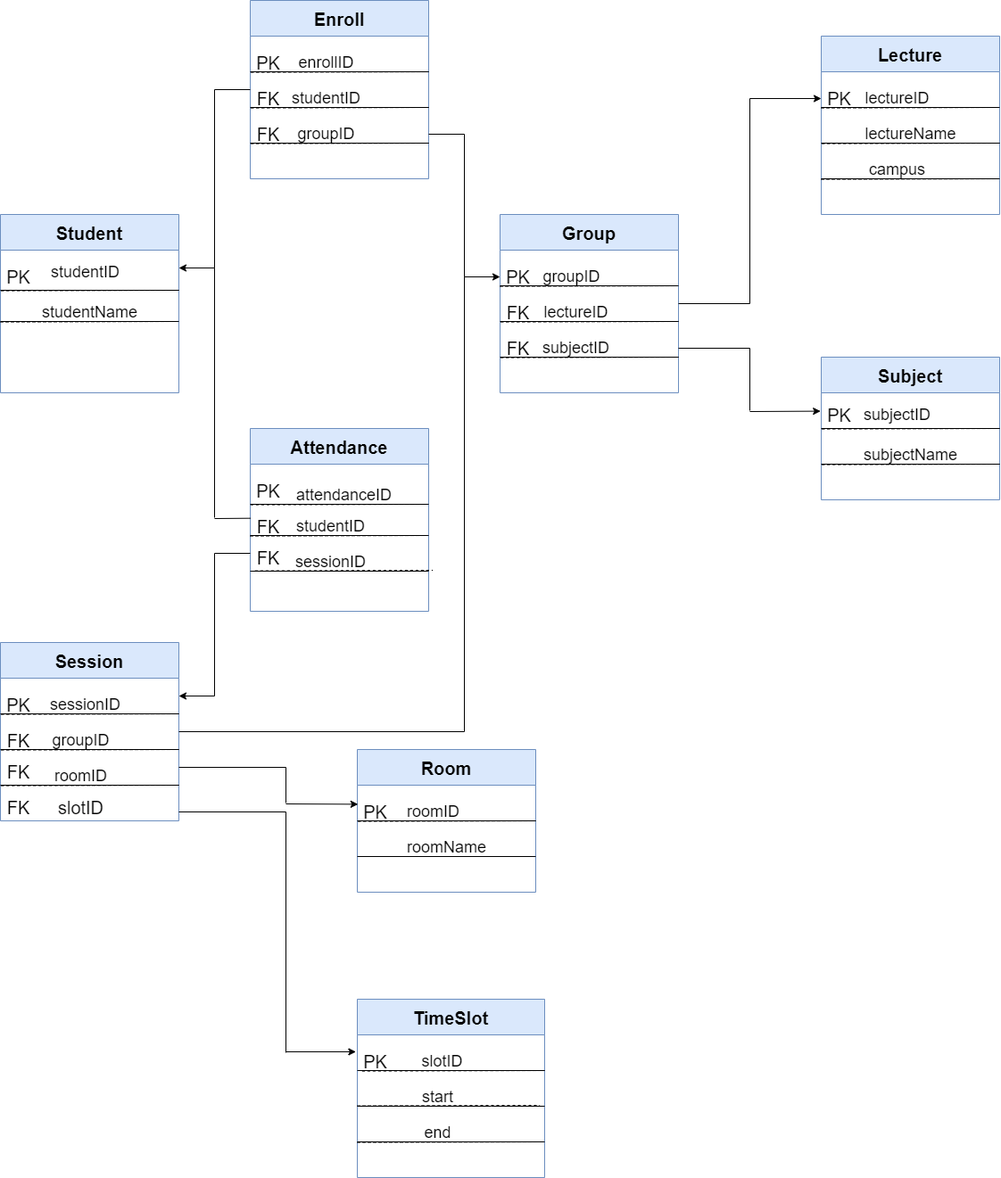
Earlier version of the draw.io export document/DBI.drawio.png (dungdt23/PRJ301_MyAssignment). Source tidied: cells renumbered, new cells last; positions are measured from the earlier drawing's top-left corner, leaving out a move shared by most shapes.
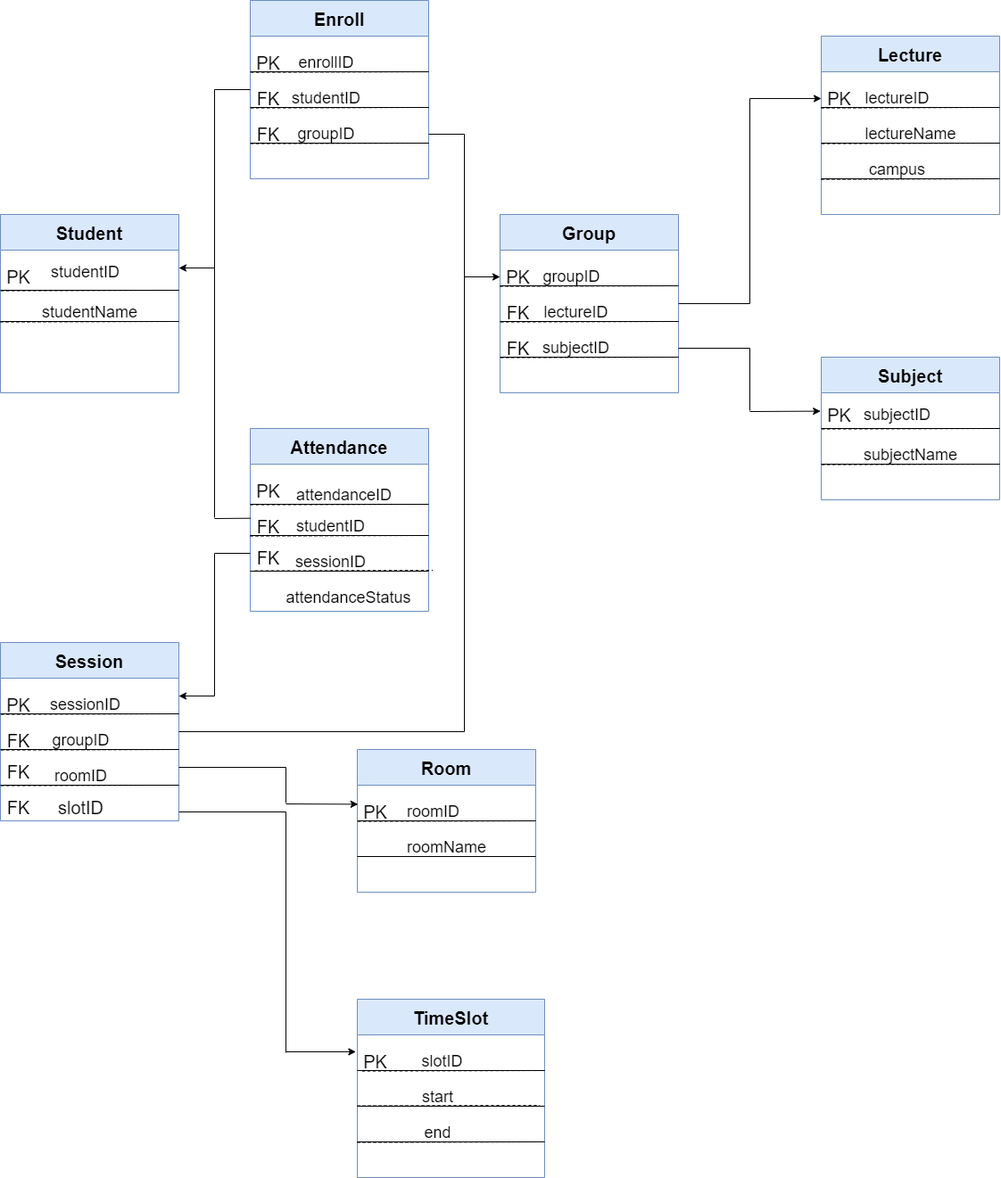
The same diagram one commit later.

What changed in the source:
```diff
@@ -528,6 +528,9 @@
         <mxPoint x="200" y="160" as="targetPoint" />
       </mxGeometry>
     </mxCell>
+    <mxCell id="128" value="&lt;font style=&quot;font-size: 18px;&quot;&gt;attendanceStatus&lt;/font&gt;" style="text;html=1;align=center;verticalAlign=middle;strokeColor=none;fillColor=none;" parent="104" vertex="1">
+      <mxGeometry x="30" y="180" width="160" height="20" as="geometry" />
+    </mxCell>
     <mxCell id="117" style="endArrow=none;html=1;rounded=0;fontSize=20;exitX=1;exitY=0.5;exitDx=0;exitDy=0;" parent="1" edge="1" source="84">
       <mxGeometry relative="1" as="geometry">
         <mxPoint x="520" y="820" as="targetPoint" />
```
